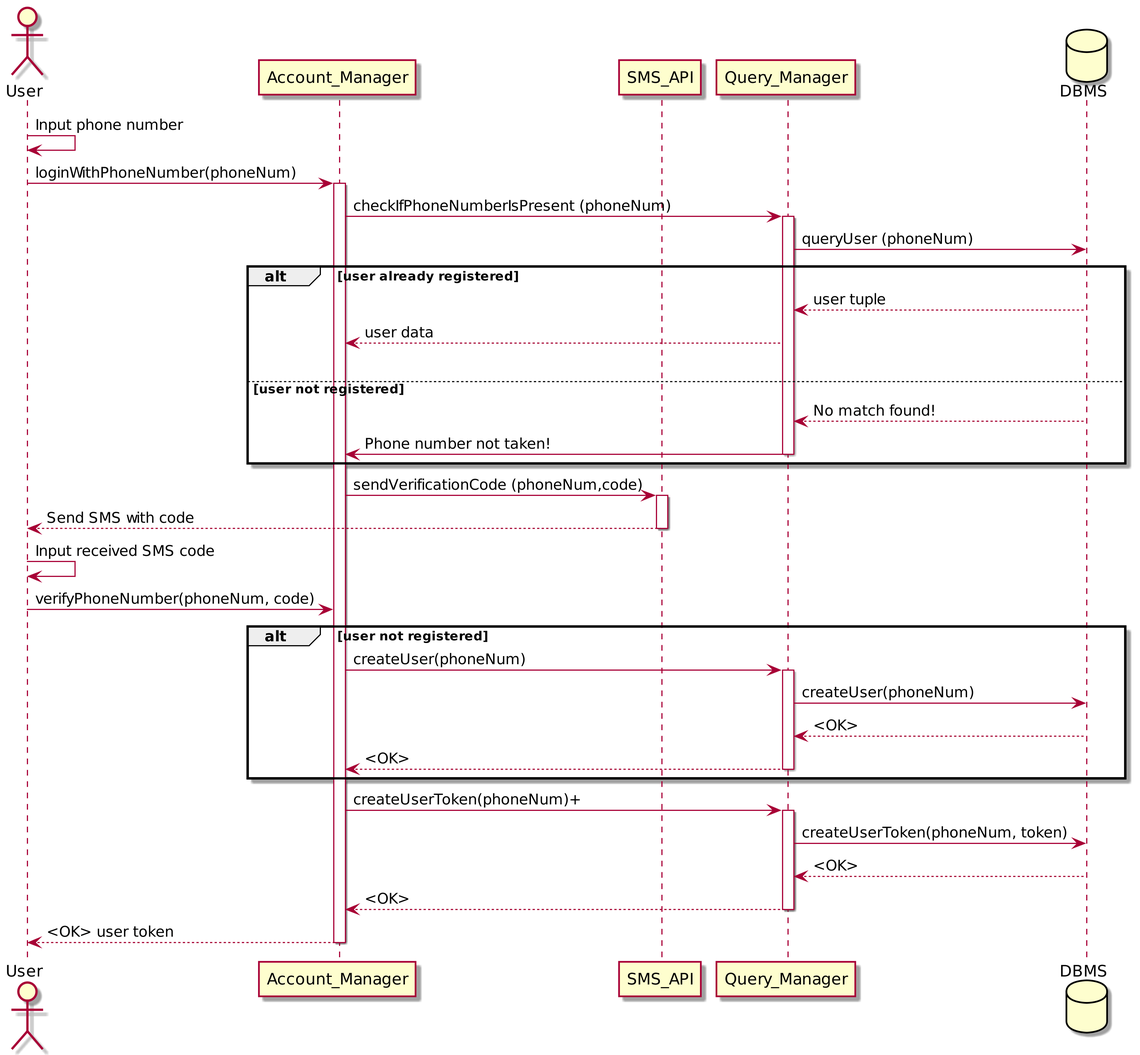
Before: DD/uml/seq_user_login.png, a diagram exported from PlantUML (andreafra/Software-Engineering-2-Project-2021).
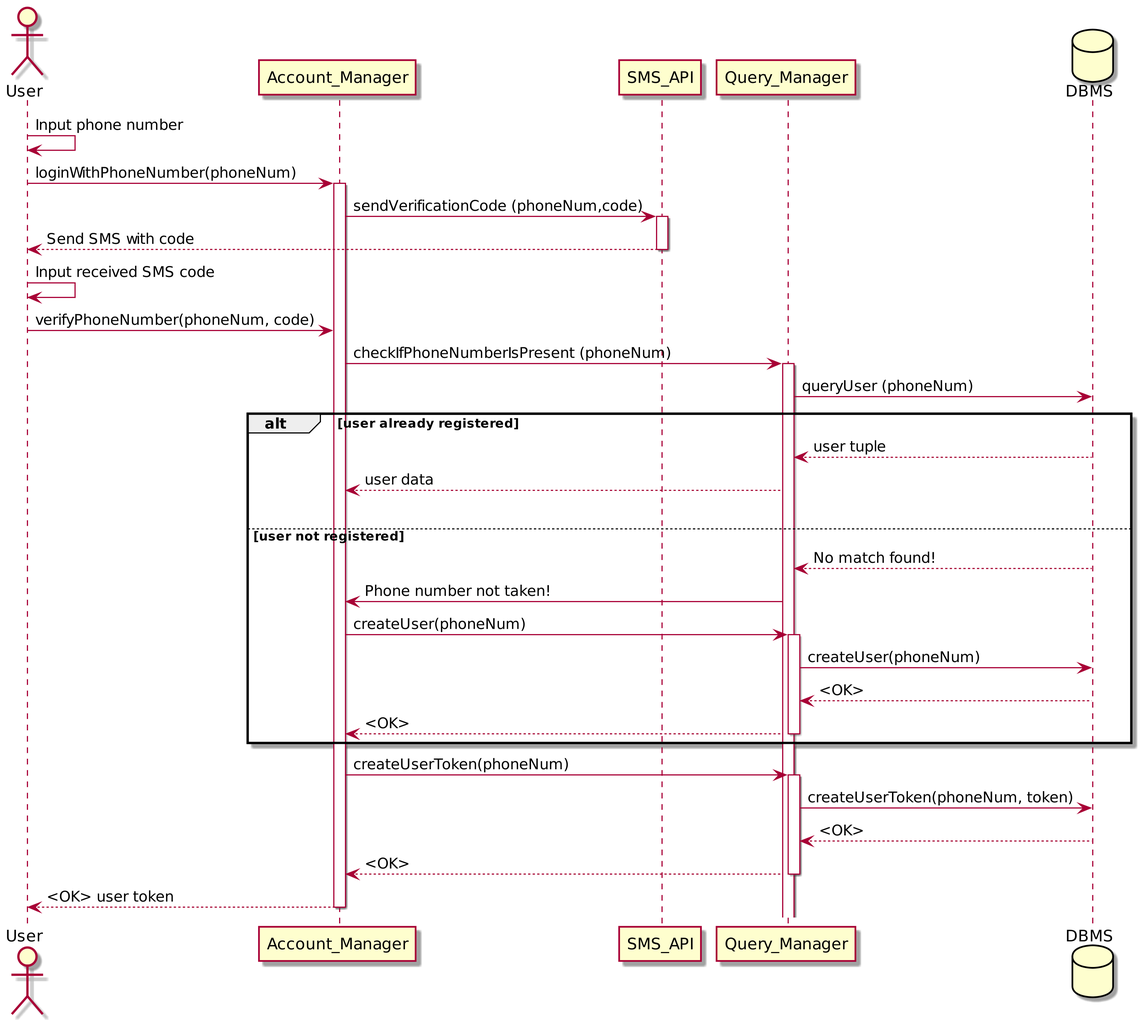
Above is the later version.

What changed in the source:
```diff
@@ -13,9 +13,16 @@
 a -> a : Input phone number
 a -> am : loginWithPhoneNumber(phoneNum)
 activate am
+am -> sms : sendVerificationCode (phoneNum,code)
+activate sms
+sms --> a : Send SMS with code
+deactivate sms
+a -> a : Input received SMS code
+a -> am : verifyPhoneNumber(phoneNum, code)
 am -> qm : checkIfPhoneNumberIsPresent (phoneNum)
 activate qm
 qm -> db : queryUser (phoneNum)
+
 alt user already registered
     db --> qm : user tuple
     qm --> am : user data
@@ -23,16 +30,6 @@
 else user not registered
     db --> qm : No match found!
     qm -> am : Phone number not taken!
-    deactivate qm
-end
-    am -> sms : sendVerificationCode (phoneNum,code)
-    activate sms
-    sms --> a : Send SMS with code
-    deactivate sms
-    a -> a : Input received SMS code
-    a -> am : verifyPhoneNumber(phoneNum, code)
-
-alt user not registered
     am -> qm : createUser(phoneNum)
     activate qm
     qm -> db : createUser(phoneNum)
@@ -40,7 +37,7 @@
     qm --> am : <OK>
     deactivate qm
 end
-    am -> qm : createUserToken(phoneNum)+
+    am -> qm : createUserToken(phoneNum)
     activate qm
     qm -> db : createUserToken(phoneNum, token)
     db --> qm : <OK>
```
